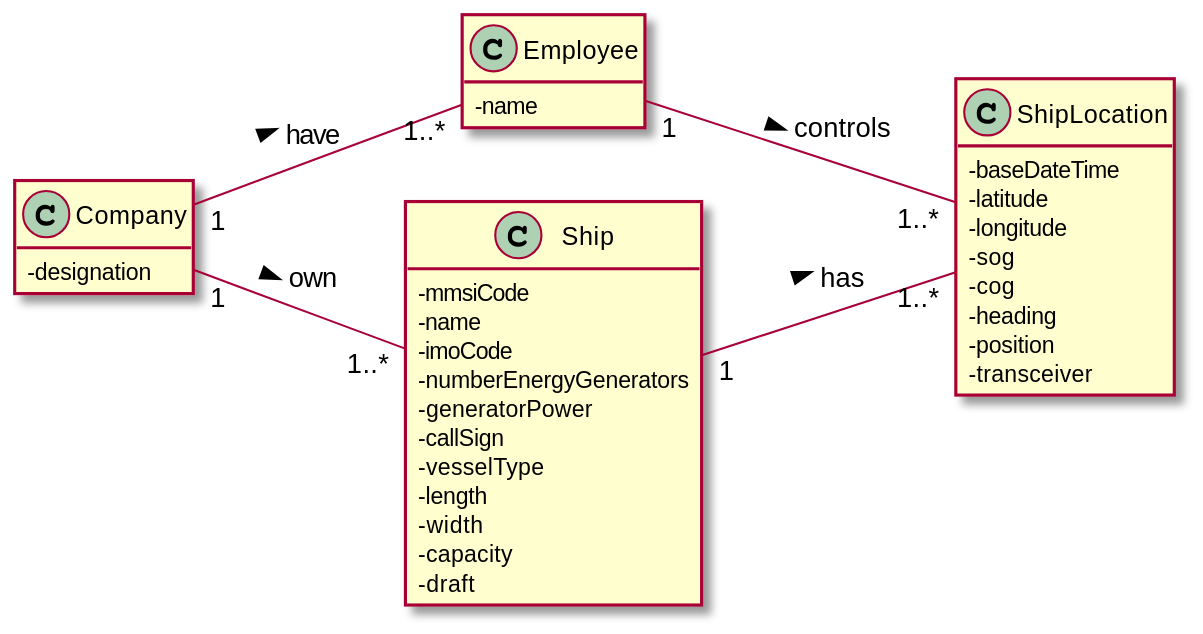
0franciscor/lapr3-2021-g042 keeps this PlantUML diagram as docs/US106/US106_DM.svg. Above is the earlier version. The source it was exported from:
```plantuml
@startuml

hide methods
left to right direction
skinparam classAttributeIconSize 0


class Employee {
-name
}

class ShipLocation {
-baseDateTime
-latitude
-longitude
-sog
-cog
-heading
-position
-transceiver
}

class Ship {
-mmsiCode
-name
-imoCode
-numberEnergyGenerators
-generatorPower
-callSign
-vesselType
-length
-width
-capacity
-draft
}

class Company {
-designation
}

Company "1"--"1..*" Ship: own >
Company "1"--"1..*" Employee: have >

Ship "1" -- "1..*" ShipLocation : has >

Employee "1" -- "1..*" ShipLocation : controls >


@enduml
```
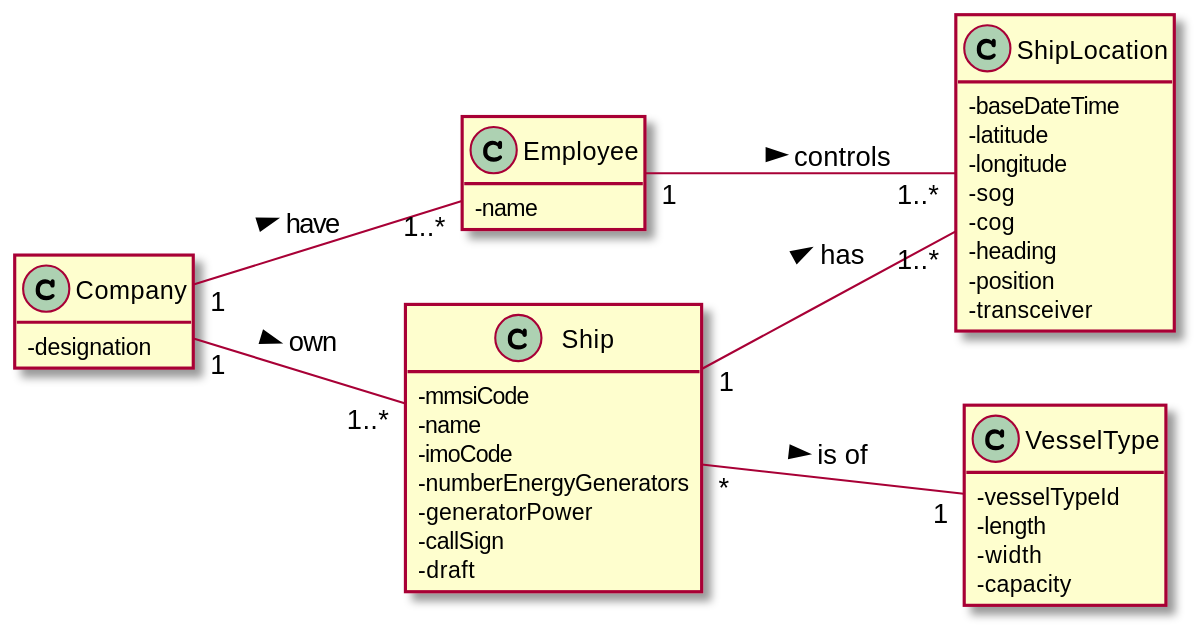
After the commit.

What changed in the source:
```diff
@@ -27,11 +27,14 @@
 -numberEnergyGenerators
 -generatorPower
 -callSign
--vesselType
+-draft
+}
+
+class VesselType {
+-vesselTypeId
 -length
 -width
 -capacity
--draft
 }
 
 class Company {
@@ -42,6 +45,7 @@
 Company "1"--"1..*" Employee: have >
 
 Ship "1" -- "1..*" ShipLocation : has >
+Ship "*" -- "1" VesselType : is of >
 
 Employee "1" -- "1..*" ShipLocation : controls >
 
```
